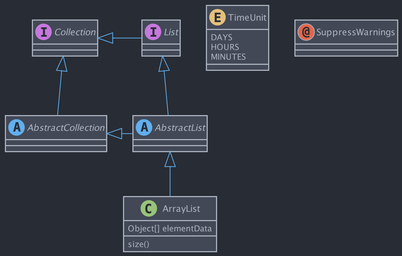
Before: examples/class.png, a diagram exported from PlantUML (patrik-csak/one-dark-plantuml-theme). Its source is kept beside it as examples/class.puml. Its diagram source:
```plantuml
@startuml

!include ../theme.puml

abstract class AbstractList
abstract AbstractCollection
interface List
interface Collection

List <|-- AbstractList
Collection <|-- AbstractCollection

Collection <|- List
AbstractCollection <|- AbstractList
AbstractList <|-- ArrayList

class ArrayList {
  Object[] elementData
  size()
}

enum TimeUnit {
  DAYS
  HOURS
  MINUTES
}

annotation SuppressWarnings

@enduml
```
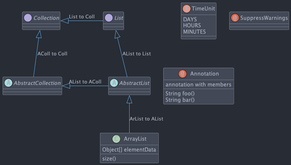
Above is the later version.

What changed in the source:
```diff
@@ -7,12 +7,12 @@
 interface List
 interface Collection
 
-List <|-- AbstractList
-Collection <|-- AbstractCollection
+List <|-- AbstractList : AList to List
+Collection <|-- AbstractCollection : AColl to Coll
 
-Collection <|- List
-AbstractCollection <|- AbstractList
-AbstractList <|-- ArrayList
+Collection <|- List : List to Coll
+AbstractCollection <|- AbstractList : AList to AColl
+AbstractList <|-- ArrayList : ArList to AList
 
 class ArrayList {
   Object[] elementData
@@ -27,4 +27,10 @@
 
 annotation SuppressWarnings
 
+annotation Annotation {
+  annotation with members
+  String foo()
+  String bar()
+}
+
 @enduml
```
